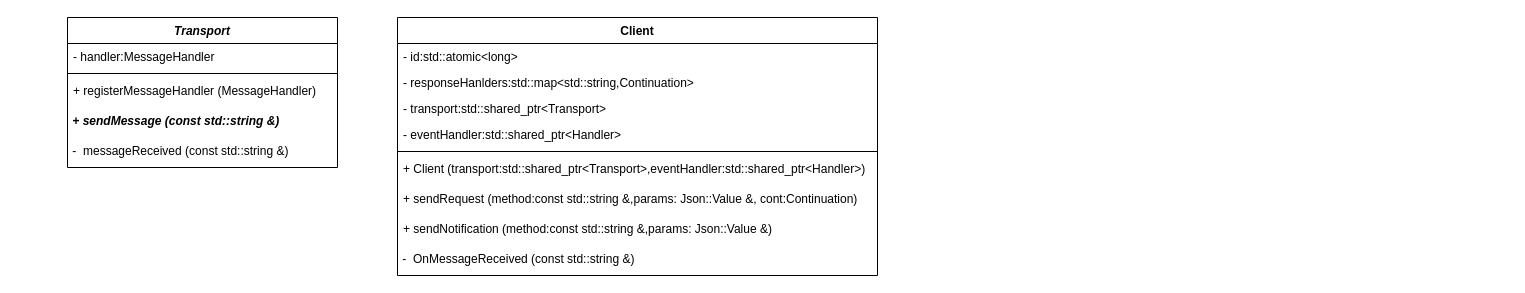
This is page "jsonrpc" (2 of 2) of kms源码分析/kms流程.drawio from 63isOK/conference_graph, a draw.io file, before an edit. Source tidied: cells renumbered, new cells numbered last; positions are measured from the earlier drawing's top-left corner, leaving out a move shared by most shapes. Both pictures are drawn from the tidied source at 100%, with x=0, y=0 at pixel (67, 17).
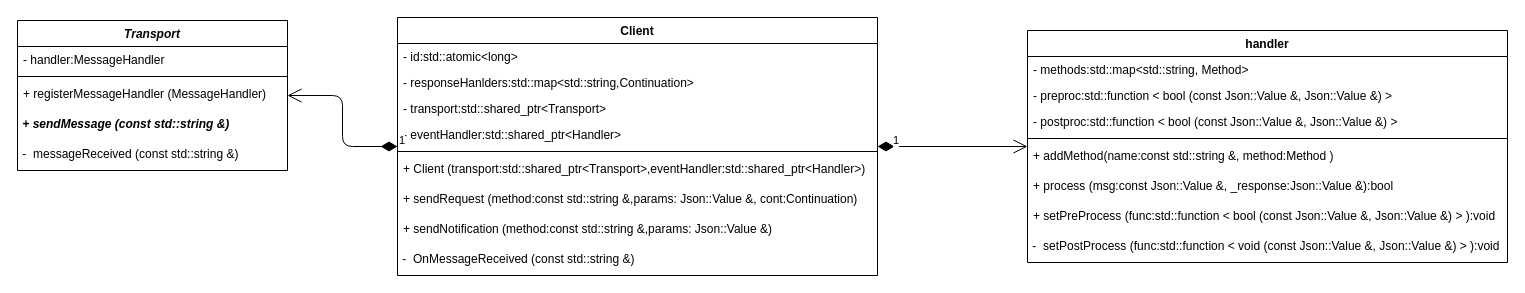
After the change.

The change refers to these unchanged cells:
```xml
<mxCell id="8" value="Client" style="swimlane;fontStyle=1;align=center;verticalAlign=top;horizontal=1;startSize=26;" parent="1" vertex="1">
  <mxGeometry x="330" width="480" height="258" as="geometry" />
</mxCell>
```

Change to the diagram source:
```diff
@@
     <mxCell id="2" value="Transport" style="swimlane;fontStyle=3;align=center;verticalAlign=top;horizontal=1;startSize=26;" parent="1" vertex="1">
-      <mxGeometry width="270" height="150" as="geometry" />
+      <mxGeometry x="-50" y="3" width="270" height="150" as="geometry" />
     </mxCell>
@@
+    <mxCell id="18" value="1" style="endArrow=open;html=1;endSize=12;startArrow=diamondThin;startSize=14;startFill=1;edgeStyle=orthogonalEdgeStyle;align=left;verticalAlign=bottom;" parent="1" edge="1" source="8" target="2">
+      <mxGeometry x="-1" y="3" relative="1" as="geometry" />
+    </mxCell>
+    <mxCell id="19" value="handler" style="swimlane;fontStyle=1;align=center;verticalAlign=top;horizontal=1;startSize=26;" parent="1" vertex="1">
+      <mxGeometry x="960" y="13" width="480" height="232" as="geometry" />
+    </mxCell>
+    <mxCell id="20" value="- methods:std::map&lt;std::string, Method&gt;" style="text;strokeColor=none;fillColor=none;align=left;verticalAlign=top;spacingLeft=4;spacingRight=4;overflow=hidden;" parent="19" vertex="1">
+      <mxGeometry y="26" width="480" height="26" as="geometry" />
+    </mxCell>
+    <mxCell id="21" value="- preproc:std::function &lt; bool (const Json::Value &amp;, Json::Value &amp;) &gt;" style="text;strokeColor=none;fillColor=none;align=left;verticalAlign=top;spacingLeft=4;spacingRight=4;overflow=hidden;" parent="19" vertex="1">
+      <mxGeometry y="52" width="480" height="26" as="geometry" />
+    </mxCell>
+    <mxCell id="22" value="- postproc:std::function &lt; bool (const Json::Value &amp;, Json::Value &amp;) &gt;" style="text;strokeColor=none;fillColor=none;align=left;verticalAlign=top;spacingLeft=4;spacingRight=4;overflow=hidden;" parent="19" vertex="1">
+      <mxGeometry y="78" width="480" height="26" as="geometry" />
+    </mxCell>
+    <mxCell id="23" style="line;strokeWidth=1;fillColor=none;align=left;verticalAlign=middle;spacingTop=-1;spacingLeft=3;spacingRight=3;labelPosition=right;" parent="19" vertex="1">
+      <mxGeometry y="104" width="480" height="8" as="geometry" />
+    </mxCell>
+    <mxCell id="24" value="+ addMethod(name:const std::string &amp;, method:Method )&#10;" style="text;strokeColor=none;fillColor=none;align=left;verticalAlign=top;spacingLeft=4;spacingRight=4;overflow=hidden;fontStyle=0;" parent="19" vertex="1">
+      <mxGeometry y="112" width="480" height="30" as="geometry" />
+    </mxCell>
+    <mxCell id="25" value="+ process (msg:const Json::Value &amp;, _response:Json::Value &amp;):bool &#10;" style="text;strokeColor=none;fillColor=none;align=left;verticalAlign=top;spacingLeft=4;spacingRight=4;overflow=hidden;fontStyle=0;" parent="19" vertex="1">
+      <mxGeometry y="142" width="480" height="30" as="geometry" />
+    </mxCell>
+    <mxCell id="26" value="+ setPreProcess (func:std::function &lt; bool (const Json::Value &amp;, Json::Value &amp;) &gt; ):void&#10;" style="text;strokeColor=none;fillColor=none;align=left;verticalAlign=top;spacingLeft=4;spacingRight=4;overflow=hidden;fontStyle=0;" parent="19" vertex="1">
+      <mxGeometry y="172" width="480" height="30" as="geometry" />
+    </mxCell>
+    <mxCell id="27" value="&amp;nbsp;-&amp;nbsp; setPostProcess (func:std::function &amp;lt; void (const Json::Value &amp;amp;, Json::Value &amp;amp;) &amp;gt; ):void" style="text;html=1;strokeColor=none;fontStyle=0;" parent="19" vertex="1">
+      <mxGeometry y="202" width="480" height="30" as="geometry" />
+    </mxCell>
+    <mxCell id="28" value="1" style="endArrow=open;html=1;endSize=12;startArrow=diamondThin;startSize=14;startFill=1;edgeStyle=orthogonalEdgeStyle;align=left;verticalAlign=bottom;" parent="1" edge="1" source="8" target="19">
+      <mxGeometry x="-0.81" y="-3" relative="1" as="geometry" />
+    </mxCell>
```
